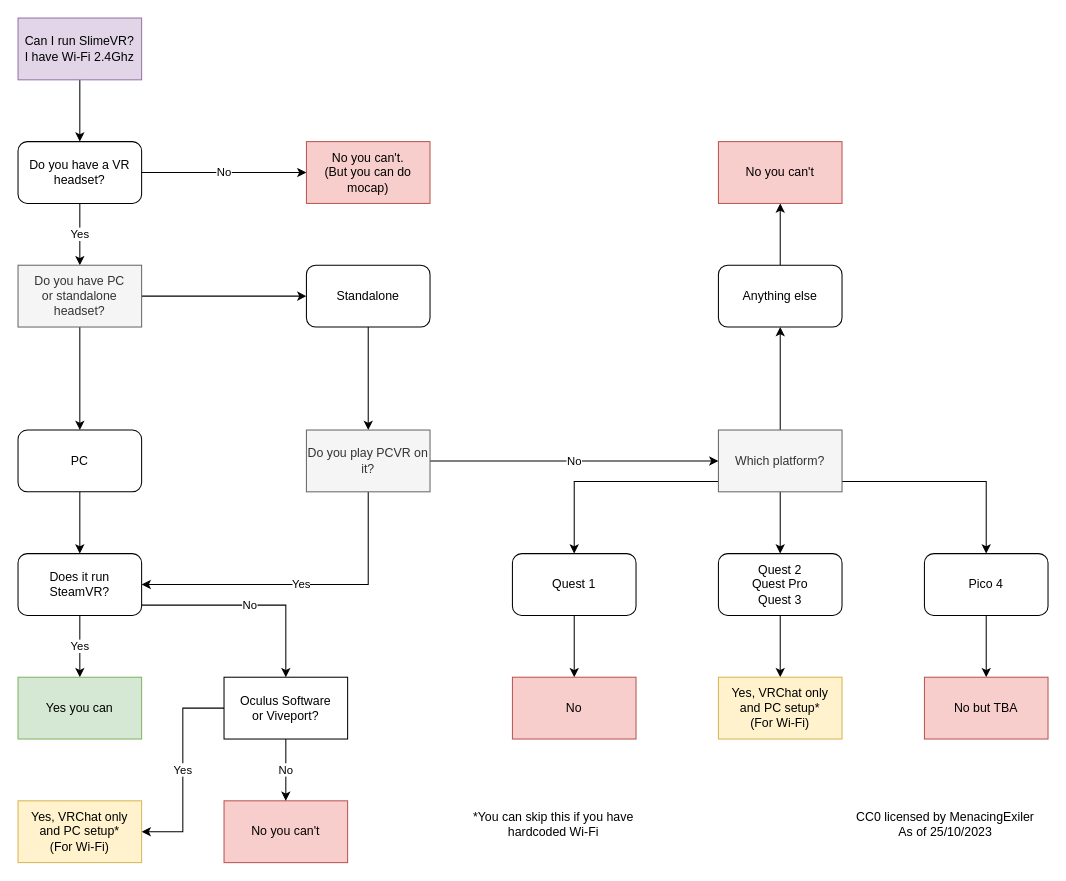
The draw.io diagram SlimeGuide.drawio in MenacingExiler/CanIRunSlimeVR, before the edit. Source tidied: cells renumbered, new cells numbered last; positions are measured from the earlier drawing's top-left corner, leaving out a move shared by most shapes. Both pictures are drawn from the tidied source at 103%, with x=0, y=0 at pixel (18, 18).
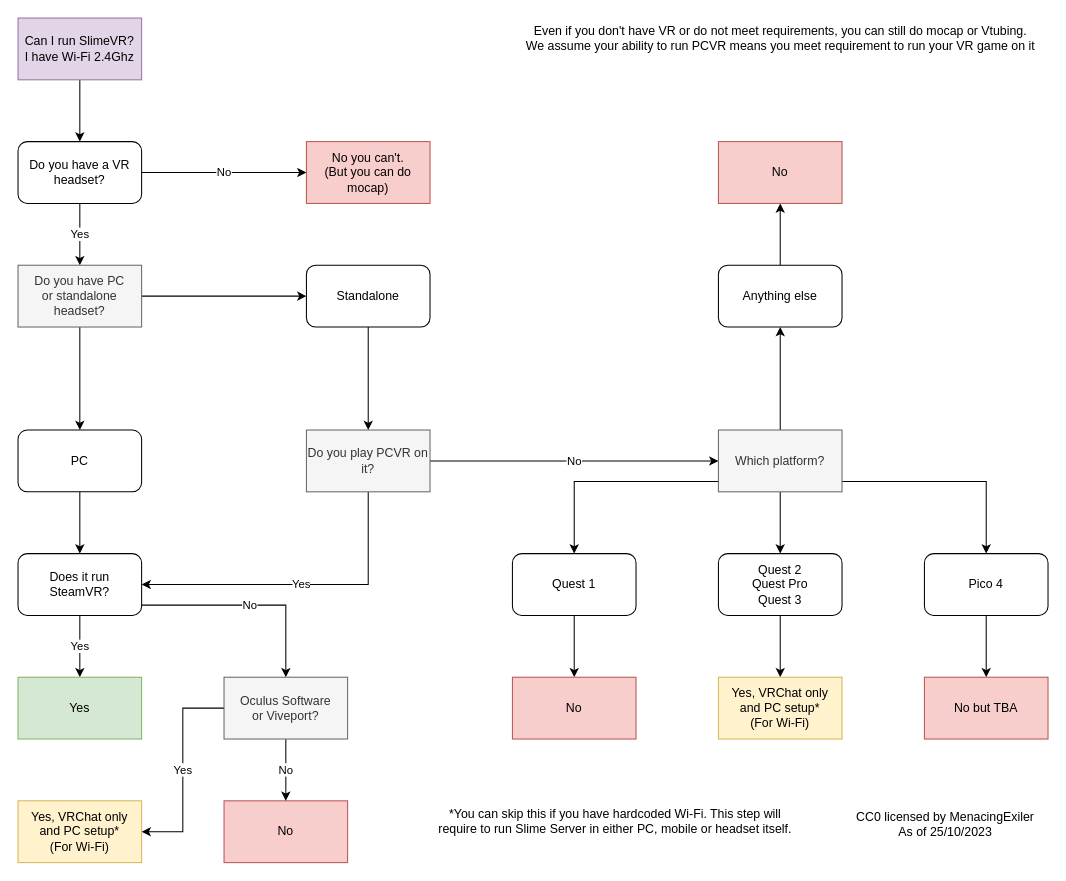
Above is the later version.

Diff of the diagram source:
```diff
@@
-    <mxCell id="18" value="Yes you can" style="rounded=0;whiteSpace=wrap;html=1;fillColor=#d5e8d4;strokeColor=#82b366;" parent="1" vertex="1">
+    <mxCell id="18" value="Yes" style="rounded=0;whiteSpace=wrap;html=1;fillColor=#d5e8d4;strokeColor=#82b366;" parent="1" vertex="1">
       <mxGeometry y="640" width="120" height="60" as="geometry" />
     </mxCell>
-    <mxCell id="19" value="No you can't" style="rounded=0;whiteSpace=wrap;html=1;fillColor=#f8cecc;strokeColor=#b85450;" parent="1" vertex="1">
+    <mxCell id="19" value="No" style="rounded=0;whiteSpace=wrap;html=1;fillColor=#f8cecc;strokeColor=#b85450;" parent="1" vertex="1">
       <mxGeometry x="200" y="760" width="120" height="60" as="geometry" />
     </mxCell>
@@
-    <mxCell id="39" value="No you can't" style="rounded=0;whiteSpace=wrap;html=1;fillColor=#f8cecc;strokeColor=#b85450;" parent="1" vertex="1">
+    <mxCell id="39" value="No" style="rounded=0;whiteSpace=wrap;html=1;fillColor=#f8cecc;strokeColor=#b85450;" parent="1" vertex="1">
       <mxGeometry x="680" y="120" width="120" height="60" as="geometry" />
     </mxCell>
@@
-    <mxCell id="42" value="Oculus Software&lt;br&gt;or Viveport?" style="rounded=0;whiteSpace=wrap;html=1;" parent="1" vertex="1">
+    <mxCell id="42" value="Oculus Software&lt;br&gt;or Viveport?" style="rounded=0;whiteSpace=wrap;html=1;fillColor=#f5f5f5;fontColor=#333333;strokeColor=#666666;" parent="1" vertex="1">
       <mxGeometry x="200" y="640" width="120" height="60" as="geometry" />
     </mxCell>
@@
-    <mxCell id="45" value="*You can skip this if you have hardcoded Wi-Fi" style="text;html=1;strokeColor=none;fillColor=none;align=center;verticalAlign=middle;whiteSpace=wrap;rounded=0;" parent="1" vertex="1">
-      <mxGeometry x="440" y="768" width="160" height="30" as="geometry" />
+    <mxCell id="45" value="*You can skip this if you have hardcoded Wi-Fi. This step will require to run Slime Server in either PC, mobile or headset itself." style="text;html=1;strokeColor=none;fillColor=none;align=center;verticalAlign=middle;whiteSpace=wrap;rounded=0;" parent="1" vertex="1">
+      <mxGeometry x="400" y="760" width="360" height="40" as="geometry" />
     </mxCell>
+    <mxCell id="46" value="Even if you don't have VR or do not meet requirements, you can still do mocap or Vtubing.&lt;br&gt;We assume your ability to run PCVR means you meet requirement to run your VR game on it" style="text;html=1;align=center;verticalAlign=middle;strokeColor=none;fillColor=none;" parent="1" vertex="1">
+      <mxGeometry x="480" width="520" height="40" as="geometry" />
+    </mxCell>
```
